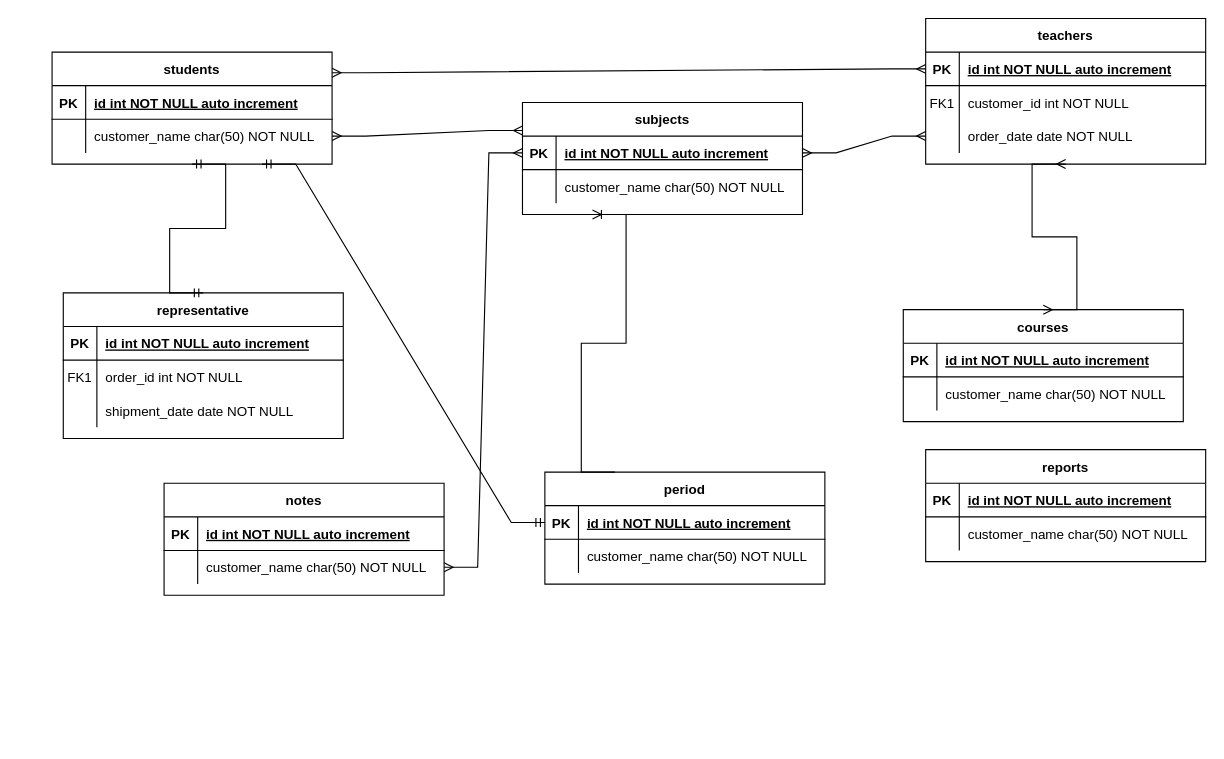
Earlier version of the draw.io diagram Diagrama sin título.drawio (Fernando-Zhunio/gestion-registro). Source tidied: cells renumbered, new cells numbered last; positions are measured from the earlier drawing's top-left corner, leaving out a move shared by most shapes. Both pictures are drawn from the tidied source at 112%, with x=0, y=0 at pixel (52, 18).
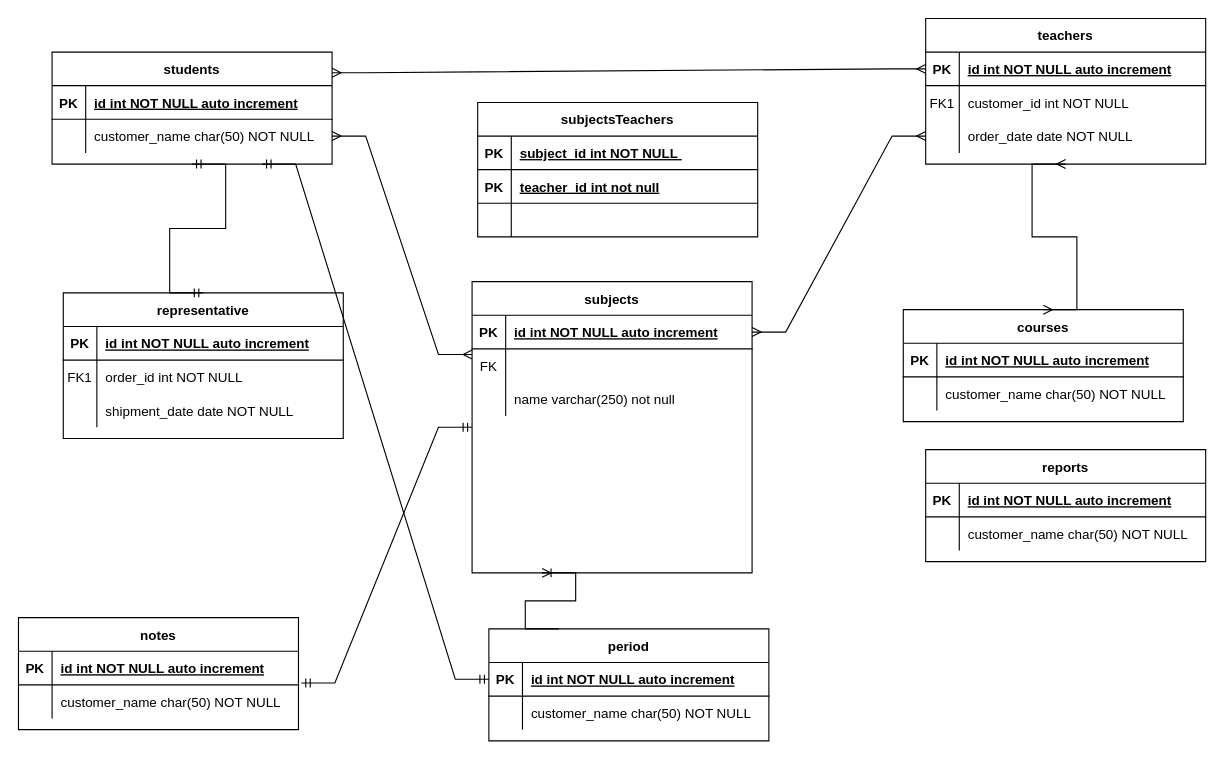
After the change.

Unchanged cells that the change refers to:
```xml
<mxCell id="30" style="shape=partialRectangle;fillColor=none;points=[[0,0.5],[1,0.5]];portConstraint=eastwest;top=0;left=0;right=0;bottom=1;" parent="29" vertex="1">
  <mxGeometry y="30" width="250" height="30" as="geometry" />
</mxCell>
<mxCell id="61" style="shape=partialRectangle;fillColor=none;points=[[0,0.5],[1,0.5]];portConstraint=eastwest;top=0;left=0;right=0;bottom=0;" parent="57" vertex="1">
  <mxGeometry y="60" width="250" height="30" as="geometry" />
</mxCell>
```

What changed in the source:
```diff
@@
     <mxCell id="29" value="subjects" style="shape=table;startSize=30;childLayout=tableLayout;rowLines=0;fontStyle=1;align=center;" parent="1" vertex="1">
-      <mxGeometry x="420" y="75" width="250" height="100" as="geometry" />
+      <mxGeometry x="375" y="235" width="250" height="260" as="geometry" />
     </mxCell>
@@
+    <mxCell id="72" style="shape=tableRow;horizontal=0;startSize=0;swimlaneHead=0;swimlaneBody=0;fillColor=none;top=0;left=0;right=0;bottom=0;" parent="29" vertex="1">
+      <mxGeometry y="60" width="250" height="30" as="geometry" />
+    </mxCell>
+    <mxCell id="73" value="FK" style="shape=partialRectangle;fillColor=none;top=0;left=0;bottom=0;right=0;fontStyle=0;overflow=hidden;" parent="72" vertex="1">
+      <mxGeometry width="30" height="30" as="geometry" />
+    </mxCell>
+    <mxCell id="74" style="shape=partialRectangle;fillColor=none;top=0;left=0;bottom=0;right=0;align=left;spacingLeft=6;fontStyle=0;overflow=hidden;" parent="72" vertex="1">
+      <mxGeometry x="30" width="220" height="30" as="geometry" />
+    </mxCell>
     <mxCell id="33" style="shape=partialRectangle;fillColor=none;top=0;left=0;right=0;bottom=0;" parent="29" vertex="1">
-      <mxGeometry y="60" width="250" height="30" as="geometry" />
+      <mxGeometry y="90" width="250" height="30" as="geometry" />
     </mxCell>
@@
-    <mxCell id="35" value="customer_name char(50) NOT NULL" style="shape=partialRectangle;overflow=hidden;fillColor=none;top=0;left=0;bottom=0;right=0;align=left;spacingLeft=6;" parent="33" vertex="1">
+    <mxCell id="35" value="name varchar(250) not null" style="shape=partialRectangle;overflow=hidden;fillColor=none;top=0;left=0;bottom=0;right=0;align=left;spacingLeft=6;" parent="33" vertex="1">
       <mxGeometry x="30" width="220" height="30" as="geometry" />
     </mxCell>
@@
     <mxCell id="50" value="period" style="shape=table;startSize=30;childLayout=tableLayout;rowLines=0;fontStyle=1;align=center;" parent="1" vertex="1">
-      <mxGeometry x="440" y="405" width="250" height="100" as="geometry" />
+      <mxGeometry x="390" y="545" width="250" height="100" as="geometry" />
     </mxCell>
@@
     <mxCell id="57" value="notes" style="shape=table;startSize=30;childLayout=tableLayout;rowLines=0;fontStyle=1;align=center;" parent="1" vertex="1">
-      <mxGeometry x="100" y="415" width="250" height="100" as="geometry" />
+      <mxGeometry x="-30" y="535" width="250" height="100" as="geometry" />
     </mxCell>
@@
-    <mxCell id="66" style="edgeStyle=entityRelationEdgeStyle;fontSize=12;html=1;endArrow=ERmany;startArrow=ERmany;rounded=0;exitX=1;exitY=0.5;exitDx=0;exitDy=0;entryX=0;entryY=0.5;entryDx=0;entryDy=0;" parent="1" edge="1" source="61" target="30">
-      <mxGeometry relative="1" as="geometry" />
-    </mxCell>
@@
+    <mxCell id="75" style="edgeStyle=entityRelationEdgeStyle;fontSize=12;html=1;endArrow=ERmandOne;startArrow=ERmandOne;rounded=0;exitX=1.01;exitY=-0.055;exitDx=0;exitDy=0;exitPerimeter=0;entryX=0;entryY=0.5;entryDx=0;entryDy=0;" parent="1" edge="1" source="61" target="29">
+      <mxGeometry relative="1" as="geometry" />
+    </mxCell>
+    <mxCell id="76" value="subjectsTeachers" style="shape=table;startSize=30;childLayout=tableLayout;rowLines=0;fontStyle=1;align=center;" parent="1" vertex="1">
+      <mxGeometry x="380" y="75" width="250" height="120" as="geometry" />
+    </mxCell>
+    <mxCell id="77" style="shape=partialRectangle;fillColor=none;top=0;left=0;right=0;bottom=1;" parent="76" vertex="1">
+      <mxGeometry y="30" width="250" height="30" as="geometry" />
+    </mxCell>
+    <mxCell id="78" value="PK" style="shape=partialRectangle;overflow=hidden;fillColor=none;top=0;left=0;bottom=0;right=0;fontStyle=1;" parent="77" vertex="1">
+      <mxGeometry width="30" height="30" as="geometry" />
+    </mxCell>
+    <mxCell id="79" value="subject_id int NOT NULL " style="shape=partialRectangle;overflow=hidden;fillColor=none;top=0;left=0;bottom=0;right=0;align=left;spacingLeft=6;fontStyle=5;" parent="77" vertex="1">
+      <mxGeometry x="30" width="220" height="30" as="geometry" />
+    </mxCell>
+    <mxCell id="80" style="shape=tableRow;horizontal=0;startSize=0;swimlaneHead=0;swimlaneBody=0;fillColor=none;top=0;left=0;right=0;bottom=1;" parent="76" vertex="1">
+      <mxGeometry y="60" width="250" height="30" as="geometry" />
+    </mxCell>
+    <mxCell id="81" value="PK" style="shape=partialRectangle;fillColor=none;top=0;left=0;bottom=0;right=0;fontStyle=1;overflow=hidden;" parent="80" vertex="1">
+      <mxGeometry width="30" height="30" as="geometry" />
+    </mxCell>
+    <mxCell id="82" value="teacher_id int not null" style="shape=partialRectangle;fillColor=none;top=0;left=0;bottom=0;right=0;align=left;spacingLeft=6;fontStyle=5;overflow=hidden;" parent="80" vertex="1">
+      <mxGeometry x="30" width="220" height="30" as="geometry" />
+    </mxCell>
+    <mxCell id="83" style="shape=partialRectangle;fillColor=none;top=0;left=0;right=0;bottom=0;" parent="76" vertex="1">
+      <mxGeometry y="90" width="250" height="30" as="geometry" />
+    </mxCell>
+    <mxCell id="84" style="shape=partialRectangle;overflow=hidden;fillColor=none;top=0;left=0;bottom=0;right=0;" parent="83" vertex="1">
+      <mxGeometry width="30" height="30" as="geometry" />
+    </mxCell>
+    <mxCell id="85" style="shape=partialRectangle;overflow=hidden;fillColor=none;top=0;left=0;bottom=0;right=0;align=left;spacingLeft=6;" parent="83" vertex="1">
+      <mxGeometry x="30" width="220" height="30" as="geometry" />
+    </mxCell>
```
